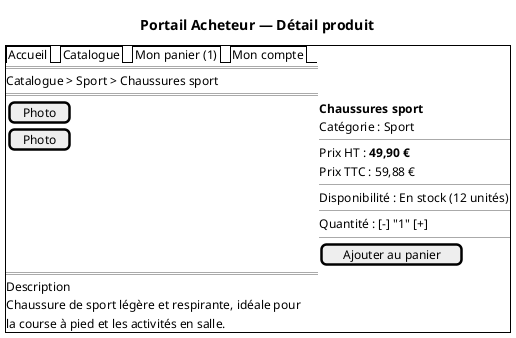
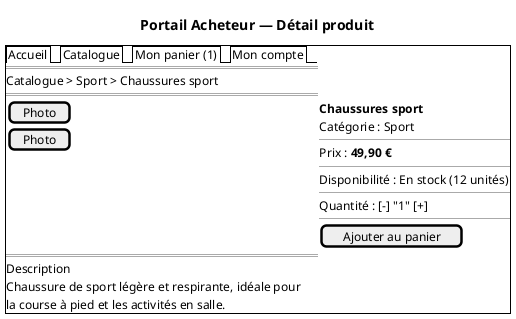
@startsalt
' Composant PA : front-acheteur (Portail Acheteur)
' Fonctions allouées : Service Catalogue — FS-B03 ; Service Panier — FS-B04
title Portail Acheteur — Détail produit

{+
  {/ Accueil | Catalogue | Mon panier (1) | Mon compte }
  ==
  Catalogue > Sport > Chaussures sport
  ==
  {
    [ Photo ]
    [ Photo ]
  } |
  {
    **Chaussures sport**
    Catégorie : Sport
    --
-     Prix HT : **49,90 €**
-     Prix TTC : 59,88 €
+     Prix : **49,90 €**
    --
    Disponibilité : En stock (12 unités)
    --
    Quantité : [-] "1" [+]
    --
    [Ajouter au panier]
  }
  ==
  Description
  Chaussure de sport légère et respirante, idéale pour
  la course à pied et les activités en salle.
}
@endsalt
